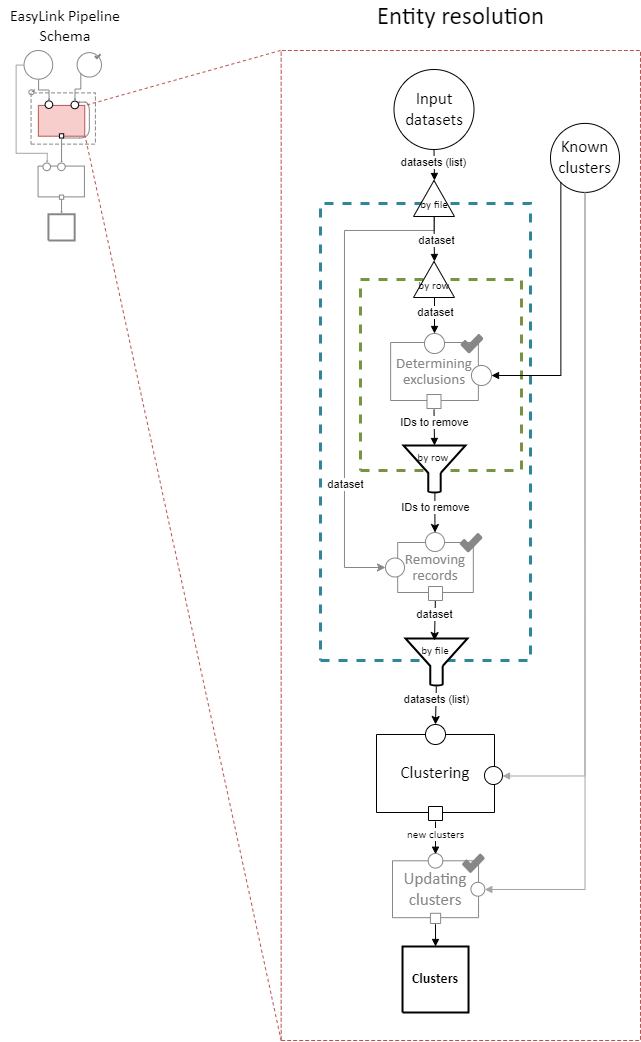
Before: docs/source/concepts/pipeline_schema/images/entity_resolution_sub_steps.drawio.png, a diagram exported from draw.io (ihmeuw/easylink). Source tidied: cells renumbered, new cells last; positions are measured from the earlier drawing's top-left corner, leaving out a move shared by most shapes.
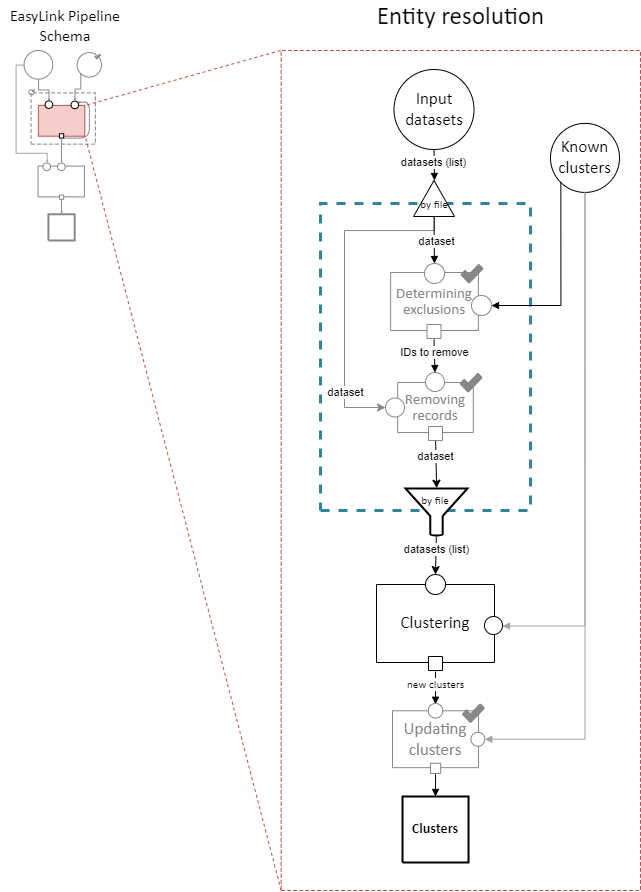
Above is the later version.

Change to the diagram source:
```diff
@@ -3,37 +3,26 @@
     <mxCell id="0" />
     <mxCell id="1" parent="0" />
     <mxCell id="2" style="vsdxID=1108;fillColor=none;shape=(stored shape, 160 characters);dashed=1;dashPattern=4.00 2.00;strokeColor=#b85450;strokeWidth=1;points=[[0.5,1,0],[1,0.5,0],[0.5,0,0],[0,0.5,0],[0.5,0.5,0]];labelBackgroundColor=none;rounded=0;html=1;whiteSpace=wrap;" parent="1" vertex="1">
-      <mxGeometry x="280.6" y="50" width="359.4" height="990" as="geometry" />
+      <mxGeometry x="280.6" y="50" width="359.4" height="840" as="geometry" />
     </mxCell>
     <mxCell id="3" value="&lt;div style=&quot;font-size: 1px&quot;&gt;&lt;/div&gt;" style="verticalAlign=middle;align=center;overflow=width;vsdxID=1154;fillColor=none;gradientColor=none;shape=(stored shape, 160 characters);dashed=1;strokeColor=#31859b;strokeWidth=3;labelBackgroundColor=none;rounded=0;html=1;whiteSpace=wrap;" parent="1" vertex="1">
-      <mxGeometry x="320" y="203" width="210" height="457" as="geometry" />
+      <mxGeometry x="320" y="203" width="210" height="307" as="geometry" />
     </mxCell>
     <mxCell id="4" style="edgeStyle=orthogonalEdgeStyle;html=1;entryX=0;entryY=0.5;entryDx=0;entryDy=0;entryPerimeter=0;rounded=0;exitX=0.501;exitY=1.001;exitDx=0;exitDy=0;exitPerimeter=0;strokeColor=#878787;" parent="1" edge="1" source="18" target="100">
       <mxGeometry relative="1" as="geometry">
         <Array as="points">
           <mxPoint x="434" y="230" />
           <mxPoint x="344" y="230" />
-          <mxPoint x="344" y="567" />
+          <mxPoint x="344" y="407" />
         </Array>
       </mxGeometry>
     </mxCell>
     <mxCell id="5" value="dataset" style="edgeLabel;html=1;align=center;verticalAlign=middle;" parent="4" vertex="1">
       <mxGeometry x="-0.04" y="-3" relative="1" as="geometry">
-        <mxPoint x="4" y="127" as="offset" />
+        <mxPoint x="4" y="112" as="offset" />
       </mxGeometry>
     </mxCell>
-    <mxCell id="6" value="&lt;div style=&quot;font-size: 1px&quot;&gt;&lt;/div&gt;" style="verticalAlign=middle;align=center;overflow=width;vsdxID=1180;fillColor=none;gradientColor=none;shape=(stored shape, 160 characters);dashed=1;strokeColor=#789440;strokeWidth=3;labelBackgroundColor=none;rounded=0;html=1;whiteSpace=wrap;" parent="1" vertex="1">
-      <mxGeometry x="360" y="279" width="161" height="191" as="geometry" />
-    </mxCell>
-    <mxCell id="7" style="vsdxID=1183;edgeStyle=none;startArrow=none;endArrow=block;startSize=5;endSize=5;strokeColor=#000000;spacingTop=0;spacingBottom=0;spacingLeft=0;spacingRight=0;verticalAlign=middle;html=1;labelBackgroundColor=#ffffff;rounded=0;exitX=0.5121951219512195;exitY=0.6666666666666666;exitDx=0;exitDy=0;exitPerimeter=0;entryX=0.5;entryY=0;entryDx=0;entryDy=0;entryPerimeter=0;" parent="1" edge="1" source="22" target="92">
-      <mxGeometry relative="1" as="geometry" />
-    </mxCell>
-    <mxCell id="8" value="dataset" style="edgeLabel;html=1;align=center;verticalAlign=middle;" parent="7" vertex="1">
-      <mxGeometry x="0.05" y="1" relative="1" as="geometry">
-        <mxPoint y="2" as="offset" />
-      </mxGeometry>
-    </mxCell>
-    <mxCell id="9" style="vsdxID=1174;edgeStyle=orthogonalEdgeStyle;startArrow=none;endArrow=block;startSize=5;endSize=5;strokeColor=#000000;spacingTop=0;spacingBottom=0;spacingLeft=0;spacingRight=0;verticalAlign=middle;html=1;labelBackgroundColor=#ffffff;rounded=0;exitX=0.495;exitY=1.003;exitDx=0;exitDy=0;exitPerimeter=0;entryX=0.5121951219512195;entryY=0;entryDx=0;entryDy=0;entryPerimeter=0;" parent="1" edge="1" source="18" target="22">
+    <mxCell id="9" style="vsdxID=1174;edgeStyle=orthogonalEdgeStyle;startArrow=none;endArrow=block;startSize=5;endSize=5;strokeColor=#000000;spacingTop=0;spacingBottom=0;spacingLeft=0;spacingRight=0;verticalAlign=middle;html=1;labelBackgroundColor=#ffffff;rounded=0;exitX=0.495;exitY=1.003;exitDx=0;exitDy=0;exitPerimeter=0;entryX=0.5;entryY=0;entryDx=0;entryDy=0;entryPerimeter=0;" parent="1" edge="1" source="18" target="92">
       <mxGeometry relative="1" as="geometry" />
     </mxCell>
     <mxCell id="10" value="dataset" style="edgeLabel;html=1;align=center;verticalAlign=middle;" parent="9" vertex="1">
@@ -54,7 +43,7 @@
       <mxGeometry x="5" y="9.7" width="70.3" height="60.2" as="geometry" />
     </mxCell>
     <mxCell id="15" style="vsdxID=1161;fillColor=none;gradientColor=none;strokeColor=none;strokeWidth=2;labelBackgroundColor=none;rounded=0;html=1;whiteSpace=wrap;" parent="1" vertex="1">
-      <mxGeometry x="376" y="724" width="118" height="102" as="geometry" />
+      <mxGeometry x="376" y="574" width="118" height="102" as="geometry" />
     </mxCell>
     <mxCell id="16" value="&lt;div style=&quot;font-size: 1px&quot;&gt;&lt;font style=&quot;font-size:16.93px;font-family:Calibri;color:#000000;direction:ltr;letter-spacing:0px;line-height:120%;opacity:1&quot;&gt;Clustering&lt;br/&gt;&lt;/font&gt;&lt;/div&gt;" style="verticalAlign=middle;align=center;overflow=width;vsdxID=1140;shape=(stored shape, 160 characters);labelBackgroundColor=none;rounded=0;html=1;whiteSpace=wrap;" parent="15" vertex="1">
       <mxGeometry y="10" width="118" height="78" as="geometry" />
@@ -66,7 +55,7 @@
       <mxGeometry y="11.9" width="41.7" height="24.1" as="geometry" />
     </mxCell>
     <mxCell id="19" style="vsdxID=1175;fillColor=none;gradientColor=none;strokeColor=none;strokeWidth=2;labelBackgroundColor=none;rounded=0;html=1;whiteSpace=wrap;" parent="1" vertex="1">
-      <mxGeometry x="423" y="724" width="84" height="102" as="geometry" />
+      <mxGeometry x="423" y="574" width="84" height="102" as="geometry" />
     </mxCell>
     <mxCell id="20" style="vsdxID=1157;fillColor=#ffffff;gradientColor=none;shape=(stored shape, 216 characters);strokeColor=#000000;points=[[0.5,0,0],[0.5,0.5,0],[0,0.5,0],[0.5,1,0],[1,0.5,0],[0.15,0.85,0],[0.85,0.85,0],[0.85,0.15,0],[0.15,0.15,0]];labelBackgroundColor=none;rounded=0;html=1;whiteSpace=wrap;" parent="19" vertex="1">
       <mxGeometry x="2" width="20" height="20" as="geometry" />
@@ -74,32 +63,8 @@
     <mxCell id="21" style="vsdxID=1162;fillColor=#ffffff;gradientColor=none;shape=(stored shape, 216 characters);strokeColor=#000000;points=[[0.5,0,0],[0.5,0.5,0],[0,0.5,0],[0.5,1,0],[1,0.5,0],[0.15,0.85,0],[0.85,0.85,0],[0.85,0.15,0],[0.15,0.15,0]];labelBackgroundColor=none;rounded=0;html=1;whiteSpace=wrap;" parent="19" vertex="1">
       <mxGeometry x="61" y="42" width="18" height="18" as="geometry" />
     </mxCell>
-    <mxCell id="22" style="vsdxID=1181;fillColor=#ffffff;gradientColor=none;shape=(stored shape, 160 characters);strokeColor=#000000;points=[[0.5,0.67,0],[0,1,0],[1,1,0],[0.5,0,0]];labelBackgroundColor=none;rounded=0;html=1;whiteSpace=wrap;" parent="1" vertex="1">
-      <mxGeometry x="413" y="261" width="41" height="36" as="geometry" />
-    </mxCell>
-    <mxCell id="23" value="&lt;div style=&quot;font-size: 1px&quot;&gt;&lt;font style=&quot;font-size:11.29px;font-family:Calibri;color:#000000;direction:ltr;letter-spacing:0px;line-height:120%;opacity:1&quot;&gt;by row&lt;br/&gt;&lt;/font&gt;&lt;/div&gt;" style="text;vsdxID=1181;fillColor=none;gradientColor=none;strokeColor=none;labelBackgroundColor=none;rounded=0;html=1;whiteSpace=wrap;verticalAlign=middle;align=center;overflow=width;html=1;" parent="22" vertex="1">
-      <mxGeometry y="11.9" width="41.7" height="24.1" as="geometry" />
-    </mxCell>
-    <mxCell id="24" style="vsdxID=1186;fillColor=none;gradientColor=none;strokeColor=none;strokeWidth=2;labelBackgroundColor=none;rounded=0;html=1;whiteSpace=wrap;" parent="1" vertex="1">
-      <mxGeometry x="403" y="439" width="62" height="54" as="geometry" />
-    </mxCell>
-    <mxCell id="25" style="vsdxID=1187;fillColor=none;gradientColor=none;strokeColor=none;strokeWidth=2;labelBackgroundColor=none;rounded=0;html=1;whiteSpace=wrap;" parent="24" vertex="1">
-      <mxGeometry width="62" height="54" as="geometry" />
-    </mxCell>
-    <mxCell id="26" style="vsdxID=1188;fillColor=#ffffff;gradientColor=none;shape=(stored shape, 300 characters);strokeColor=#000000;strokeWidth=2;spacingTop=-3;spacingBottom=-3;spacingLeft=-3;spacingRight=-3;points=[[0.5,0,0],[0.5,1,0],[0,0.12,0],[1,0.12,0]];labelBackgroundColor=none;rounded=0;html=1;whiteSpace=wrap;" parent="25" vertex="1">
-      <mxGeometry y="6" width="62" height="47" as="geometry" />
-    </mxCell>
-    <mxCell id="27" style="vsdxID=1189;fillColor=#ffffff;gradientColor=none;shape=(stored shape, 216 characters);strokeColor=#000000;strokeWidth=2;spacingTop=-3;spacingBottom=-3;spacingLeft=-3;spacingRight=-3;labelBackgroundColor=none;rounded=0;html=1;whiteSpace=wrap;" parent="25" vertex="1">
-      <mxGeometry y="-1" width="62" height="13" as="geometry" />
-    </mxCell>
-    <mxCell id="28" value="&lt;div style=&quot;font-size: 1px&quot;&gt;&lt;/div&gt;" style="text;vsdxID=1187;fillColor=none;gradientColor=none;strokeColor=none;strokeWidth=2;points=[[0.5,0,0],[0.5,0,0],[0.5,0.12,0],[1,0.12,0]];labelBackgroundColor=none;rounded=0;html=1;whiteSpace=wrap;verticalAlign=middle;align=center;overflow=width;html=1;" parent="25" vertex="1">
-      <mxGeometry y="-0.4" width="62.7" height="54.4" as="geometry" />
-    </mxCell>
-    <mxCell id="29" value="&lt;div style=&quot;font-size: 1px&quot;&gt;&lt;font style=&quot;font-size:11.29px;font-family:Calibri;color:#000000;direction:ltr;letter-spacing:0px;line-height:120%;opacity:1&quot;&gt;by row&lt;br/&gt;&lt;/font&gt;&lt;/div&gt;" style="verticalAlign=middle;align=center;overflow=width;vsdxID=1190;fillColor=none;gradientColor=none;shape=(stored shape, 160 characters);strokeColor=none;strokeWidth=2;labelBackgroundColor=none;rounded=0;html=1;whiteSpace=wrap;" parent="24" vertex="1">
-      <mxGeometry x="12" y="8" width="36" height="20" as="geometry" />
-    </mxCell>
     <mxCell id="30" style="vsdxID=1191;fillColor=none;gradientColor=none;strokeColor=none;strokeWidth=2;labelBackgroundColor=none;rounded=0;html=1;whiteSpace=wrap;" parent="1" vertex="1">
-      <mxGeometry x="405" y="632" width="62" height="54" as="geometry" />
+      <mxGeometry x="405" y="482" width="62" height="54" as="geometry" />
     </mxCell>
     <mxCell id="31" style="vsdxID=1192;fillColor=none;gradientColor=none;strokeColor=none;strokeWidth=2;labelBackgroundColor=none;rounded=0;html=1;whiteSpace=wrap;" parent="30" vertex="1">
       <mxGeometry width="62" height="54" as="geometry" />
@@ -117,15 +82,15 @@
       <mxGeometry x="12" y="8" width="36" height="20" as="geometry" />
     </mxCell>
     <mxCell id="36" style="vsdxID=1197;fillColor=#ffffff;gradientColor=none;shape=(stored shape, 160 characters);strokeColor=#000000;points=[[0,0.5,0],[1,0.5,0],[0.5,1,0],[0.5,0,0]];labelBackgroundColor=none;rounded=0;html=1;whiteSpace=wrap;" parent="1" vertex="1">
-      <mxGeometry x="428" y="806" width="14" height="14" as="geometry" />
+      <mxGeometry x="428" y="656" width="14" height="14" as="geometry" />
     </mxCell>
     <mxCell id="37" value="&lt;div style=&quot;font-size: 1px&quot;&gt;&lt;font style=&quot;font-size:14.11px;font-family:Calibri;color:#000000;direction:ltr;letter-spacing:0px;line-height:120%;opacity:1&quot;&gt;&lt;b&gt;Clusters&lt;br/&gt;&lt;/b&gt;&lt;/font&gt;&lt;/div&gt;" style="verticalAlign=middle;align=center;overflow=width;vsdxID=1218;fillColor=#ffffff;gradientColor=none;shape=(stored shape, 160 characters);strokeColor=#000000;strokeWidth=2;points=[[0,0.5,0],[1,0.5,0],[0.5,1,0],[0.5,0,0]];labelBackgroundColor=none;rounded=0;html=1;whiteSpace=wrap;" parent="1" vertex="1">
-      <mxGeometry x="402" y="946" width="66" height="66" as="geometry" />
+      <mxGeometry x="402" y="796" width="66" height="66" as="geometry" />
     </mxCell>
     <mxCell id="38" style="vsdxID=1199;edgeStyle=none;startArrow=none;endArrow=block;startSize=5;endSize=5;strokeColor=#000000;spacingTop=0;spacingBottom=0;spacingLeft=0;spacingRight=0;verticalAlign=middle;html=1;labelBackgroundColor=#ffffff;rounded=0;exitX=0.5;exitY=1.0714285714285714;exitDx=0;exitDy=0;exitPerimeter=0;entryX=0.5;entryY=0;entryDx=0;entryDy=0;entryPerimeter=0;" parent="1" edge="1" source="52" target="37">
       <mxGeometry relative="1" as="geometry" />
     </mxCell>
-    <mxCell id="39" style="vsdxID=1185;edgeStyle=none;startArrow=none;endArrow=block;startSize=5;endSize=5;strokeColor=#000000;spacingTop=0;spacingBottom=0;spacingLeft=0;spacingRight=0;verticalAlign=middle;html=1;labelBackgroundColor=#ffffff;rounded=0;exitX=0.5;exitY=1.0714285714285714;exitDx=0;exitDy=0;exitPerimeter=0;entryX=0.5;entryY=0;entryDx=0;entryDy=0;entryPerimeter=0;" parent="1" edge="1" source="94" target="26">
+    <mxCell id="39" style="vsdxID=1185;edgeStyle=none;startArrow=none;endArrow=block;startSize=5;endSize=5;strokeColor=#000000;spacingTop=0;spacingBottom=0;spacingLeft=0;spacingRight=0;verticalAlign=middle;html=1;labelBackgroundColor=#ffffff;rounded=0;exitX=0.5;exitY=1.0714285714285714;exitDx=0;exitDy=0;exitPerimeter=0;entryX=0.5;entryY=0;entryDx=0;entryDy=0;entryPerimeter=0;" parent="1" edge="1" source="94" target="98">
       <mxGeometry relative="1" as="geometry">
         <mxPoint x="12" y="-1" as="offset" />
       </mxGeometry>
@@ -141,7 +106,7 @@
     <mxCell id="42" style="vsdxID=1133;edgeStyle=orthogonalEdgeStyle;startArrow=none;endArrow=block;startSize=5;endSize=5;strokeColor=#000000;spacingTop=0;spacingBottom=0;spacingLeft=0;spacingRight=0;verticalAlign=middle;html=1;labelBackgroundColor=#ffffff;rounded=0;entryX=1;entryY=0.5;entryDx=0;entryDy=0;entryPerimeter=0;jumpStyle=arc;exitX=0.15;exitY=0.85;exitDx=0;exitDy=0;exitPerimeter=0;" parent="1" edge="1" source="11" target="91">
       <mxGeometry relative="1" as="geometry">
         <Array as="points">
-          <mxPoint x="560" y="375" />
+          <mxPoint x="560" y="305" />
         </Array>
       </mxGeometry>
     </mxCell>
@@ -154,18 +119,13 @@
       <mxGeometry x="-0.2" y="-1" relative="1" as="geometry" />
     </mxCell>
     <mxCell id="45" style="vsdxID=1142;edgeStyle=orthogonalEdgeStyle;startArrow=none;endArrow=block;startSize=5;endSize=5;strokeColor=#a5a5a5;spacingTop=0;spacingBottom=0;spacingLeft=0;spacingRight=0;verticalAlign=middle;html=1;labelBackgroundColor=#ffffff;rounded=0;exitX=0.5;exitY=1;exitDx=0;exitDy=0;exitPerimeter=0;entryX=1;entryY=0.5;entryDx=0;entryDy=0;entryPerimeter=0;" parent="1" edge="1" source="11" target="51">
-      <mxGeometry relative="1" as="geometry">
-        <Array as="points">
-          <mxPoint x="585" y="889" />
-          <mxPoint x="484" y="889" />
-        </Array>
-      </mxGeometry>
+      <mxGeometry relative="1" as="geometry" />
     </mxCell>
     <mxCell id="46" style="vsdxID=1146;edgeStyle=orthogonalEdgeStyle;startArrow=none;endArrow=block;startSize=5;endSize=5;strokeColor=#a5a5a5;spacingTop=0;spacingBottom=0;spacingLeft=0;spacingRight=0;verticalAlign=middle;html=1;labelBackgroundColor=#ffffff;rounded=0;exitX=0.5;exitY=1.0084745762711864;exitDx=0;exitDy=0;exitPerimeter=0;entryX=1;entryY=0.5277777777777778;entryDx=0;entryDy=0;entryPerimeter=0;jumpStyle=arc;" parent="1" edge="1" source="11" target="21">
       <mxGeometry relative="1" as="geometry" />
     </mxCell>
     <mxCell id="47" style="group;" parent="1" vertex="1">
-      <mxGeometry x="392" y="853" width="92.3" height="70" as="geometry" />
+      <mxGeometry x="392" y="703" width="92.3" height="70" as="geometry" />
     </mxCell>
     <mxCell id="48" style="vsdxID=1160;fillColor=none;gradientColor=none;strokeColor=none;strokeWidth=2;labelBackgroundColor=none;rounded=0;html=1;whiteSpace=wrap;" parent="47" vertex="1">
       <mxGeometry width="92.3" height="64.9" as="geometry" />
@@ -295,18 +255,8 @@
     <mxCell id="82" value="&lt;font face=&quot;Calibri&quot; style=&quot;font-size: 25px;&quot;&gt;Entity resolution&lt;/font&gt;" style="text;strokeColor=none;align=center;fillColor=none;html=1;verticalAlign=middle;whiteSpace=wrap;rounded=0;" parent="1" vertex="1">
       <mxGeometry x="360.8" width="199" height="30" as="geometry" />
     </mxCell>
-    <mxCell id="83" style="edgeStyle=orthogonalEdgeStyle;html=1;entryX=0.5;entryY=0;entryDx=0;entryDy=0;entryPerimeter=0;rounded=0;curved=0;" parent="1" edge="1" source="28" target="98">
-      <mxGeometry relative="1" as="geometry" />
-    </mxCell>
-    <mxCell id="84" value="IDs to remove" style="edgeLabel;html=1;align=center;verticalAlign=middle;" parent="83" vertex="1">
-      <mxGeometry x="0.26" y="-1" relative="1" as="geometry">
-        <mxPoint x="1" y="-11" as="offset" />
-      </mxGeometry>
-    </mxCell>
-    <mxCell id="85" style="edgeStyle=none;html=1;" parent="1" edge="1" source="97">
-      <mxGeometry relative="1" as="geometry">
-        <mxPoint x="434" y="640" as="targetPoint" />
-      </mxGeometry>
+    <mxCell id="85" style="edgeStyle=none;html=1;entryX=0.531;entryY=-0.115;entryDx=0;entryDy=0;entryPerimeter=0;" parent="1" edge="1" source="97" target="35">
+      <mxGeometry relative="1" as="geometry" />
     </mxCell>
     <mxCell id="86" value="dataset" style="edgeLabel;html=1;align=center;verticalAlign=middle;" parent="85" vertex="1">
       <mxGeometry x="-0.32" y="3" relative="1" as="geometry">
@@ -320,7 +270,7 @@
       <mxGeometry x="-0.3" relative="1" as="geometry" />
     </mxCell>
     <mxCell id="89" style="group;" parent="1" vertex="1">
-      <mxGeometry x="390.1" y="333" width="100.9" height="75" as="geometry" />
+      <mxGeometry x="390.1" y="263" width="100.9" height="75" as="geometry" />
     </mxCell>
     <mxCell id="90" value="&lt;div style=&quot;&quot;&gt;&lt;font style=&quot;font-family: Calibri; direction: ltr; letter-spacing: 0px; line-height: 120%; opacity: 1;&quot;&gt;&lt;font style=&quot;color: rgb(135, 135, 135); font-size: 15px;&quot;&gt;Determining exclusions&lt;/font&gt;&lt;br&gt;&lt;/font&gt;&lt;/div&gt;" style="verticalAlign=middle;align=center;overflow=width;vsdxID=1132;fillColor=#ffffff;gradientColor=none;shape=(stored shape, 160 characters);strokeColor=#878787;labelBackgroundColor=none;rounded=0;html=1;whiteSpace=wrap;" parent="89" vertex="1">
       <mxGeometry y="9" width="87.7" height="58" as="geometry" />
@@ -338,7 +288,7 @@
       <mxGeometry x="36.4" y="61" width="14" height="14" as="geometry" />
     </mxCell>
     <mxCell id="95" style="group;" parent="1" vertex="1">
-      <mxGeometry x="385" y="532" width="97" height="68" as="geometry" />
+      <mxGeometry x="385" y="372" width="97" height="68" as="geometry" />
     </mxCell>
     <mxCell id="96" value="&lt;div style=&quot;&quot;&gt;&lt;font style=&quot;font-family: Calibri; direction: ltr; letter-spacing: 0px; line-height: 120%; opacity: 1;&quot;&gt;&lt;font style=&quot;color: rgb(135, 135, 135); font-size: 15px;&quot;&gt;Removing records&lt;/font&gt;&lt;br&gt;&lt;/font&gt;&lt;/div&gt;" style="verticalAlign=middle;align=center;overflow=width;vsdxID=1140;shape=(stored shape, 160 characters);labelBackgroundColor=none;rounded=0;html=1;whiteSpace=wrap;strokeColor=#878787;" parent="95" vertex="1">
       <mxGeometry x="12.2" y="10" width="75.6" height="50" as="geometry" />
```
